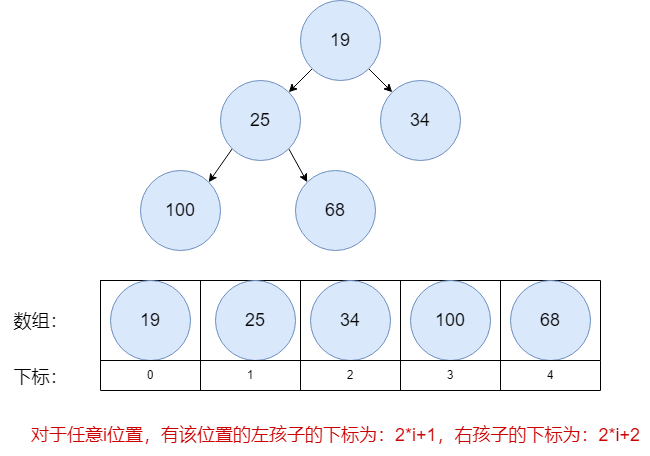
Earlier version of the draw.io export algrithem/heap_tree_2_arr.drawio.png (muxicode/c153080686). Source tidied: cells renumbered, new cells last; positions are measured from the earlier drawing's top-left corner, leaving out a move shared by most shapes. Its diagram source:
```xml
<mxGraphModel>
  <root>
    <mxCell id="0" />
    <mxCell id="1" parent="0" />
    <mxCell id="2" style="rounded=0;jettySize=auto;html=1;exitX=0;exitY=1;exitDx=0;exitDy=0;entryX=1;entryY=0;entryDx=0;entryDy=0;" parent="1" edge="1" source="4" target="7">
      <mxGeometry relative="1" as="geometry" />
    </mxCell>
    <mxCell id="3" style="rounded=0;jettySize=auto;html=1;exitX=1;exitY=1;exitDx=0;exitDy=0;entryX=0;entryY=0;entryDx=0;entryDy=0;" parent="1" edge="1" source="4" target="10">
      <mxGeometry relative="1" as="geometry" />
    </mxCell>
    <mxCell id="4" value="&lt;font style=&quot;font-size: 18px;&quot;&gt;19&lt;/font&gt;" style="ellipse;whiteSpace=wrap;html=1;fillColor=#dae8fc;strokeColor=#6c8ebf;" parent="1" vertex="1">
      <mxGeometry x="300" width="80" height="80" as="geometry" />
    </mxCell>
    <mxCell id="5" style="rounded=0;jettySize=auto;html=1;exitX=0;exitY=1;exitDx=0;exitDy=0;entryX=1;entryY=0;entryDx=0;entryDy=0;" parent="1" edge="1" source="7" target="8">
      <mxGeometry relative="1" as="geometry" />
    </mxCell>
    <mxCell id="6" style="rounded=0;jettySize=auto;html=1;exitX=1;exitY=1;exitDx=0;exitDy=0;entryX=0;entryY=0;entryDx=0;entryDy=0;" parent="1" edge="1" source="7" target="9">
      <mxGeometry relative="1" as="geometry" />
    </mxCell>
    <mxCell id="7" value="&lt;font style=&quot;font-size: 18px;&quot;&gt;25&lt;/font&gt;" style="ellipse;whiteSpace=wrap;html=1;fillColor=#dae8fc;strokeColor=#6c8ebf;" parent="1" vertex="1">
      <mxGeometry x="220" y="80" width="80" height="80" as="geometry" />
    </mxCell>
    <mxCell id="8" value="&lt;font style=&quot;font-size: 18px;&quot;&gt;100&lt;/font&gt;" style="ellipse;whiteSpace=wrap;html=1;fillColor=#dae8fc;strokeColor=#6c8ebf;" parent="1" vertex="1">
      <mxGeometry x="140" y="170" width="80" height="80" as="geometry" />
    </mxCell>
    <mxCell id="9" value="&lt;font style=&quot;font-size: 18px;&quot;&gt;68&lt;/font&gt;" style="ellipse;whiteSpace=wrap;html=1;fillColor=#dae8fc;strokeColor=#6c8ebf;" parent="1" vertex="1">
      <mxGeometry x="295" y="170" width="80" height="80" as="geometry" />
    </mxCell>
    <mxCell id="10" value="&lt;font style=&quot;font-size: 18px;&quot;&gt;34&lt;/font&gt;" style="ellipse;whiteSpace=wrap;html=1;fillColor=#dae8fc;strokeColor=#6c8ebf;" parent="1" vertex="1">
      <mxGeometry x="380" y="80" width="80" height="80" as="geometry" />
    </mxCell>
    <mxCell id="11" style="shape=table;startSize=0;" parent="1" vertex="1">
      <mxGeometry x="100" y="280" width="500" height="80" as="geometry" />
    </mxCell>
    <mxCell id="12" style="shape=tableRow;horizontal=0;startSize=0;swimlaneHead=0;swimlaneBody=0;strokeColor=inherit;top=0;left=0;bottom=0;right=0;fillColor=none;" parent="11" vertex="1">
      <mxGeometry width="500" height="80" as="geometry" />
    </mxCell>
    <mxCell id="13" style="shape=partialRectangle;html=1;whiteSpace=wrap;strokeColor=inherit;overflow=hidden;fillColor=none;top=0;left=0;bottom=0;right=0;" parent="12" vertex="1">
      <mxGeometry width="100" height="80" as="geometry" />
    </mxCell>
    <mxCell id="14" style="shape=partialRectangle;html=1;whiteSpace=wrap;strokeColor=inherit;overflow=hidden;fillColor=none;top=0;left=0;bottom=0;right=0;" parent="12" vertex="1">
      <mxGeometry x="100" width="100" height="80" as="geometry" />
    </mxCell>
    <mxCell id="15" style="shape=partialRectangle;html=1;whiteSpace=wrap;strokeColor=inherit;overflow=hidden;fillColor=none;top=0;left=0;bottom=0;right=0;" parent="12" vertex="1">
      <mxGeometry x="200" width="100" height="80" as="geometry" />
    </mxCell>
    <mxCell id="16" style="shape=partialRectangle;html=1;whiteSpace=wrap;strokeColor=inherit;overflow=hidden;fillColor=none;top=0;left=0;bottom=0;right=0;" parent="12" vertex="1">
      <mxGeometry x="300" width="100" height="80" as="geometry" />
    </mxCell>
    <mxCell id="17" style="shape=partialRectangle;html=1;whiteSpace=wrap;strokeColor=inherit;overflow=hidden;fillColor=none;top=0;left=0;bottom=0;right=0;" parent="12" vertex="1">
      <mxGeometry x="400" width="100" height="80" as="geometry" />
    </mxCell>
    <mxCell id="18" value="&lt;font style=&quot;font-size: 18px;&quot;&gt;19&lt;/font&gt;" style="ellipse;whiteSpace=wrap;html=1;fillColor=#dae8fc;strokeColor=#6c8ebf;" parent="1" vertex="1">
      <mxGeometry x="110" y="280" width="80" height="80" as="geometry" />
    </mxCell>
    <mxCell id="19" value="&lt;font style=&quot;font-size: 18px;&quot;&gt;25&lt;/font&gt;" style="ellipse;whiteSpace=wrap;html=1;fillColor=#dae8fc;strokeColor=#6c8ebf;" parent="1" vertex="1">
      <mxGeometry x="215" y="280" width="80" height="80" as="geometry" />
    </mxCell>
    <mxCell id="20" value="&lt;font style=&quot;font-size: 18px;&quot;&gt;34&lt;/font&gt;" style="ellipse;whiteSpace=wrap;html=1;fillColor=#dae8fc;strokeColor=#6c8ebf;" parent="1" vertex="1">
      <mxGeometry x="310" y="280" width="80" height="80" as="geometry" />
    </mxCell>
    <mxCell id="21" value="&lt;font style=&quot;font-size: 18px;&quot;&gt;100&lt;/font&gt;" style="ellipse;whiteSpace=wrap;html=1;fillColor=#dae8fc;strokeColor=#6c8ebf;" parent="1" vertex="1">
      <mxGeometry x="410" y="280" width="80" height="80" as="geometry" />
    </mxCell>
    <mxCell id="22" value="&lt;font style=&quot;font-size: 18px;&quot;&gt;68&lt;/font&gt;" style="ellipse;whiteSpace=wrap;html=1;fillColor=#dae8fc;strokeColor=#6c8ebf;" parent="1" vertex="1">
      <mxGeometry x="510" y="280" width="80" height="80" as="geometry" />
    </mxCell>
    <mxCell id="23" style="shape=table;startSize=0;" parent="1" vertex="1">
      <mxGeometry x="100" y="360" width="500" height="30" as="geometry" />
    </mxCell>
    <mxCell id="24" style="shape=tableRow;horizontal=0;startSize=0;swimlaneHead=0;swimlaneBody=0;strokeColor=inherit;top=0;left=0;bottom=0;right=0;fillColor=none;" parent="23" vertex="1">
      <mxGeometry width="500" height="30" as="geometry" />
    </mxCell>
    <mxCell id="25" value="0" style="shape=partialRectangle;html=1;whiteSpace=wrap;strokeColor=inherit;overflow=hidden;fillColor=none;top=0;left=0;bottom=0;right=0;" parent="24" vertex="1">
      <mxGeometry width="100" height="30" as="geometry" />
    </mxCell>
    <mxCell id="26" value="1" style="shape=partialRectangle;html=1;whiteSpace=wrap;strokeColor=inherit;overflow=hidden;fillColor=none;top=0;left=0;bottom=0;right=0;" parent="24" vertex="1">
      <mxGeometry x="100" width="100" height="30" as="geometry" />
    </mxCell>
    <mxCell id="27" value="2" style="shape=partialRectangle;html=1;whiteSpace=wrap;strokeColor=inherit;overflow=hidden;fillColor=none;top=0;left=0;bottom=0;right=0;" parent="24" vertex="1">
      <mxGeometry x="200" width="100" height="30" as="geometry" />
    </mxCell>
    <mxCell id="28" value="3" style="shape=partialRectangle;html=1;whiteSpace=wrap;strokeColor=inherit;overflow=hidden;fillColor=none;top=0;left=0;bottom=0;right=0;" parent="24" vertex="1">
      <mxGeometry x="300" width="100" height="30" as="geometry" />
    </mxCell>
    <mxCell id="29" value="4" style="shape=partialRectangle;html=1;whiteSpace=wrap;strokeColor=inherit;overflow=hidden;fillColor=none;top=0;left=0;bottom=0;right=0;" parent="24" vertex="1">
      <mxGeometry x="400" width="100" height="30" as="geometry" />
    </mxCell>
    <mxCell id="30" value="&lt;font style=&quot;font-size: 18px;&quot;&gt;数组：&lt;/font&gt;" style="text;html=1;align=center;verticalAlign=middle;strokeColor=none;fillColor=none;" parent="1" vertex="1">
      <mxGeometry y="301" width="80" height="40" as="geometry" />
    </mxCell>
    <mxCell id="31" value="&lt;font style=&quot;font-size: 18px;&quot;&gt;下标：&lt;/font&gt;" style="text;html=1;align=center;verticalAlign=middle;strokeColor=none;fillColor=none;" parent="1" vertex="1">
      <mxGeometry y="357" width="80" height="40" as="geometry" />
    </mxCell>
    <mxCell id="32" value="&lt;font color=&quot;#cc0000&quot; style=&quot;font-size: 18px;&quot;&gt;对于任意i位置，有该位置的左孩子的下标为：2*i+1，右孩子的下标为：2*i+2&lt;/font&gt;" style="text;html=1;align=center;verticalAlign=middle;strokeColor=none;fillColor=none;" parent="1" vertex="1">
      <mxGeometry x="20" y="415" width="630" height="40" as="geometry" />
    </mxCell>
  </root>
</mxGraphModel>
```
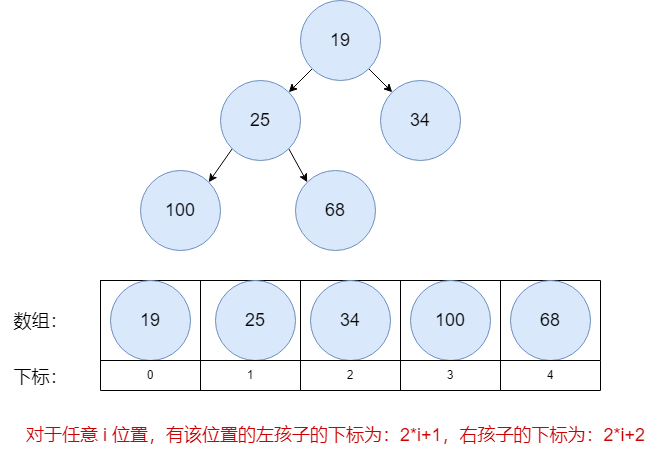
After the change.

The edit, as a diff of the source:
```diff
@@ -92,8 +92,8 @@
     <mxCell id="31" value="&lt;font style=&quot;font-size: 18px;&quot;&gt;下标：&lt;/font&gt;" style="text;html=1;align=center;verticalAlign=middle;strokeColor=none;fillColor=none;" parent="1" vertex="1">
       <mxGeometry y="357" width="80" height="40" as="geometry" />
     </mxCell>
-    <mxCell id="32" value="&lt;font color=&quot;#cc0000&quot; style=&quot;font-size: 18px;&quot;&gt;对于任意i位置，有该位置的左孩子的下标为：2*i+1，右孩子的下标为：2*i+2&lt;/font&gt;" style="text;html=1;align=center;verticalAlign=middle;strokeColor=none;fillColor=none;" parent="1" vertex="1">
-      <mxGeometry x="20" y="415" width="630" height="40" as="geometry" />
+    <mxCell id="32" value="&lt;font color=&quot;#cc0000&quot; style=&quot;font-size: 18px;&quot;&gt;对于任意 i 位置，有该位置的左孩子的下标为：2*i+1，右孩子的下标为：2*i+2&lt;/font&gt;" style="text;html=1;align=center;verticalAlign=middle;strokeColor=none;fillColor=none;" parent="1" vertex="1">
+      <mxGeometry x="15" y="415" width="640" height="40" as="geometry" />
     </mxCell>
   </root>
 </mxGraphModel>
```
